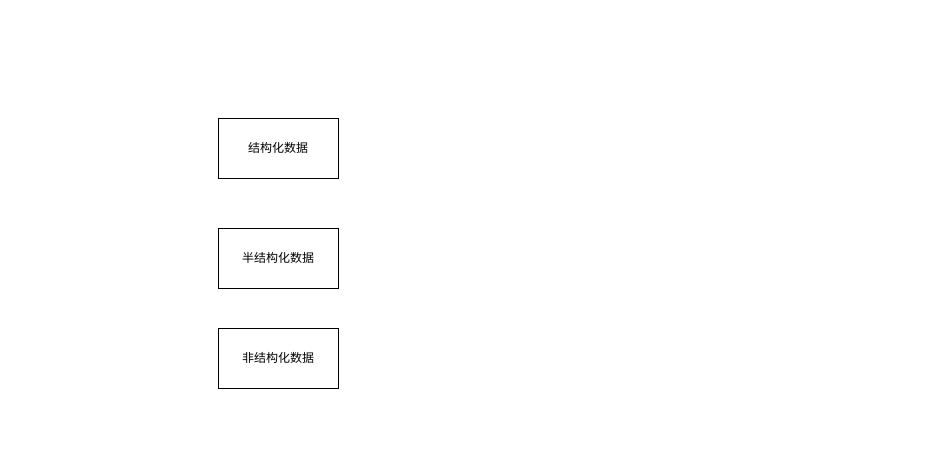
Above: 知识图谱构建.drawio in Step2312/drawio (draw.io), before the change. Source tidied: cells renumbered, new cells numbered last; positions are measured from the earlier drawing's top-left corner, leaving out a move shared by most shapes. Both pictures are drawn from the tidied source at 100%, with x=0, y=0 at pixel (218, 118).
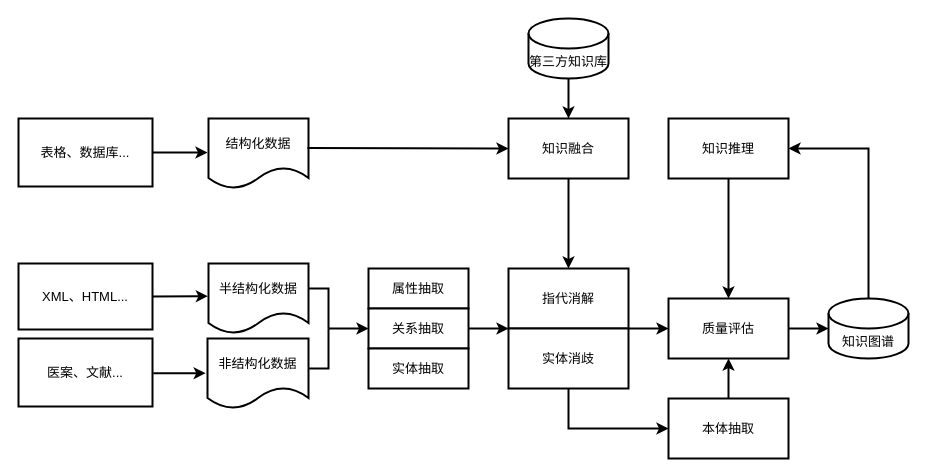
After the change.

Commit message:
更新知识图谱构建.drawio

Change to the diagram source:
```diff
@@
+    <mxCell id="5" style="edgeStyle=orthogonalEdgeStyle;rounded=0;jettySize=auto;html=1;strokeWidth=2;fontSize=13;fontStyle=0;" parent="1" edge="1" source="6" target="25">
+      <mxGeometry relative="1" as="geometry" />
+    </mxCell>
+    <mxCell id="6" value="知识融合" style="rounded=0;whiteSpace=wrap;html=1;strokeWidth=2;fontSize=13;fontStyle=0;" parent="1" vertex="1">
+      <mxGeometry x="290" width="120" height="60" as="geometry" />
+    </mxCell>
+    <mxCell id="7" style="edgeStyle=orthogonalEdgeStyle;rounded=0;jettySize=auto;html=1;entryX=0.5;entryY=0;entryDx=0;entryDy=0;strokeWidth=2;fontSize=13;fontStyle=0;" parent="1" edge="1" source="8" target="10">
+      <mxGeometry relative="1" as="geometry" />
+    </mxCell>
+    <mxCell id="8" value="知识推理" style="rounded=0;whiteSpace=wrap;html=1;strokeWidth=2;fontSize=13;fontStyle=0;" parent="1" vertex="1">
+      <mxGeometry x="450" width="120" height="60" as="geometry" />
+    </mxCell>
+    <mxCell id="9" style="edgeStyle=orthogonalEdgeStyle;rounded=0;jettySize=auto;html=1;strokeWidth=2;fontSize=13;fontStyle=0;" parent="1" edge="1" source="10" target="13">
+      <mxGeometry relative="1" as="geometry" />
+    </mxCell>
+    <mxCell id="10" value="质量评估" style="rounded=0;whiteSpace=wrap;html=1;strokeWidth=2;fontSize=13;fontStyle=0;" parent="1" vertex="1">
+      <mxGeometry x="450" y="180" width="120" height="60" as="geometry" />
+    </mxCell>
+    <mxCell id="11" style="edgeStyle=orthogonalEdgeStyle;rounded=0;jettySize=auto;html=1;strokeWidth=2;fontSize=13;fontStyle=0;" parent="1" edge="1" source="12" target="10">
+      <mxGeometry relative="1" as="geometry" />
+    </mxCell>
+    <mxCell id="12" value="本体抽取" style="rounded=0;whiteSpace=wrap;html=1;strokeWidth=2;fontSize=13;fontStyle=0;" parent="1" vertex="1">
+      <mxGeometry x="450" y="280" width="120" height="60" as="geometry" />
+    </mxCell>
+    <mxCell id="13" value="知识图谱" style="shape=cylinder3;whiteSpace=wrap;html=1;boundedLbl=1;backgroundOutline=1;size=15;strokeWidth=2;fontSize=13;fontStyle=0;" parent="1" vertex="1">
+      <mxGeometry x="610" y="180" width="80" height="60" as="geometry" />
+    </mxCell>
+    <mxCell id="14" style="endArrow=classic;html=1;rounded=0;entryX=0;entryY=0.5;entryDx=0;entryDy=0;strokeWidth=2;fontSize=13;fontStyle=0;" parent="1" edge="1" target="22">
+      <mxGeometry relative="1" as="geometry">
+        <mxPoint x="110" y="210" as="sourcePoint" />
+      </mxGeometry>
+    </mxCell>
+    <mxCell id="15" style="endArrow=none;html=1;rounded=0;strokeWidth=2;fontSize=13;fontStyle=0;" parent="1" edge="1">
+      <mxGeometry relative="1" as="geometry">
+        <mxPoint x="90" y="170" as="sourcePoint" />
+        <mxPoint x="110" y="210" as="targetPoint" />
+        <Array as="points">
+          <mxPoint x="110" y="170" />
+        </Array>
+      </mxGeometry>
+    </mxCell>
+    <mxCell id="3" value="半结构化数据" style="shape=document;whiteSpace=wrap;html=1;boundedLbl=1;strokeWidth=2;fontSize=13;fontStyle=0;" parent="1" vertex="1">
+      <mxGeometry x="-10" y="145" width="100" height="70" as="geometry" />
+    </mxCell>
-    <mxCell id="2" value="结构化数据" style="rounded=0;whiteSpace=wrap;html=1;" parent="1" vertex="1">
-      <mxGeometry width="120" height="60" as="geometry" />
+    <mxCell id="2" value="结构化数据" style="shape=document;whiteSpace=wrap;html=1;boundedLbl=1;strokeWidth=2;fontSize=13;fontStyle=0;" parent="1" vertex="1">
+      <mxGeometry x="-10" width="100" height="70" as="geometry" />
     </mxCell>
-    <mxCell id="3" value="半结构化数据" style="rounded=0;whiteSpace=wrap;html=1;" parent="1" vertex="1">
-      <mxGeometry y="110" width="120" height="60" as="geometry" />
-    </mxCell>
-    <mxCell id="4" value="非结构化数据" style="rounded=0;whiteSpace=wrap;html=1;" parent="1" vertex="1">
-      <mxGeometry y="210" width="120" height="60" as="geometry" />
+    <mxCell id="4" value="非结构化数据" style="shape=document;whiteSpace=wrap;html=1;boundedLbl=1;strokeWidth=2;fontSize=13;fontStyle=0;" parent="1" vertex="1">
+      <mxGeometry x="-11" y="220" width="101" height="70" as="geometry" />
     </mxCell>
+    <mxCell id="16" style="endArrow=none;html=1;rounded=0;exitX=1.006;exitY=0.429;exitDx=0;exitDy=0;exitPerimeter=0;strokeWidth=2;fontSize=13;fontStyle=0;" parent="1" edge="1" source="4">
+      <mxGeometry relative="1" as="geometry">
+        <mxPoint x="110" y="210" as="targetPoint" />
+        <Array as="points">
+          <mxPoint x="110" y="250" />
+        </Array>
+      </mxGeometry>
+    </mxCell>
+    <mxCell id="17" style="endArrow=classic;html=1;rounded=0;exitX=0.989;exitY=0.421;exitDx=0;exitDy=0;exitPerimeter=0;entryX=0;entryY=0.5;entryDx=0;entryDy=0;strokeWidth=2;fontSize=13;fontStyle=0;" parent="1" edge="1" source="2" target="6">
+      <mxGeometry relative="1" as="geometry" />
+    </mxCell>
+    <mxCell id="18" style="edgeStyle=orthogonalEdgeStyle;rounded=0;jettySize=auto;html=1;strokeWidth=2;fontSize=13;fontStyle=0;" parent="1" edge="1" source="19" target="6">
+      <mxGeometry relative="1" as="geometry" />
+    </mxCell>
+    <mxCell id="19" value="第三方知识库" style="shape=cylinder3;whiteSpace=wrap;html=1;boundedLbl=1;backgroundOutline=1;size=15;strokeWidth=2;fontSize=13;fontStyle=0;" parent="1" vertex="1">
+      <mxGeometry x="310" y="-100" width="80" height="60" as="geometry" />
+    </mxCell>
+    <mxCell id="20" style="group;strokeWidth=2;fontSize=13;fontStyle=0;" parent="1" vertex="1">
+      <mxGeometry x="150" y="150" width="100" height="120" as="geometry" />
+    </mxCell>
+    <mxCell id="21" value="属性抽取" style="rounded=0;whiteSpace=wrap;html=1;strokeWidth=2;fontSize=13;fontStyle=0;" parent="20" vertex="1">
+      <mxGeometry width="100" height="40" as="geometry" />
+    </mxCell>
+    <mxCell id="22" value="关系抽取" style="rounded=0;whiteSpace=wrap;html=1;strokeWidth=2;fontSize=13;fontStyle=0;" parent="20" vertex="1">
+      <mxGeometry y="40" width="100" height="40" as="geometry" />
+    </mxCell>
+    <mxCell id="23" value="实体抽取" style="rounded=0;whiteSpace=wrap;html=1;strokeWidth=2;fontSize=13;fontStyle=0;" parent="20" vertex="1">
+      <mxGeometry y="80" width="100" height="40" as="geometry" />
+    </mxCell>
+    <mxCell id="24" style="group;strokeWidth=2;fontSize=13;fontStyle=0;" parent="1" vertex="1">
+      <mxGeometry x="290" y="150" width="120" height="120" as="geometry" />
+    </mxCell>
+    <mxCell id="25" value="指代消解" style="rounded=0;whiteSpace=wrap;html=1;strokeWidth=2;fontSize=13;fontStyle=0;" parent="24" vertex="1">
+      <mxGeometry width="120" height="60" as="geometry" />
+    </mxCell>
+    <mxCell id="26" value="实体消歧" style="rounded=0;whiteSpace=wrap;html=1;strokeWidth=2;fontSize=13;fontStyle=0;" parent="24" vertex="1">
+      <mxGeometry y="60" width="120" height="60" as="geometry" />
+    </mxCell>
+    <mxCell id="27" style="endArrow=classic;html=1;rounded=0;entryX=0;entryY=1;entryDx=0;entryDy=0;exitX=1;exitY=0.5;exitDx=0;exitDy=0;strokeWidth=2;fontSize=13;fontStyle=0;" parent="1" edge="1" source="22" target="25">
+      <mxGeometry relative="1" as="geometry" />
+    </mxCell>
+    <mxCell id="28" style="endArrow=classic;html=1;rounded=0;entryX=0;entryY=0.5;entryDx=0;entryDy=0;exitX=1;exitY=0;exitDx=0;exitDy=0;strokeWidth=2;fontSize=13;fontStyle=0;" parent="1" edge="1" source="26" target="10">
+      <mxGeometry relative="1" as="geometry" />
+    </mxCell>
+    <mxCell id="29" style="endArrow=classic;html=1;rounded=0;entryX=0;entryY=0.5;entryDx=0;entryDy=0;strokeWidth=2;fontSize=13;fontStyle=0;" parent="1" edge="1" target="12">
+      <mxGeometry relative="1" as="geometry">
+        <mxPoint x="350" y="270" as="sourcePoint" />
+        <Array as="points">
+          <mxPoint x="350" y="310" />
+        </Array>
+      </mxGeometry>
+    </mxCell>
+    <mxCell id="30" style="endArrow=classic;html=1;rounded=0;exitX=0.5;exitY=0;exitDx=0;exitDy=0;exitPerimeter=0;entryX=1;entryY=0.5;entryDx=0;entryDy=0;strokeWidth=2;fontSize=13;fontStyle=0;" parent="1" edge="1" source="13" target="8">
+      <mxGeometry relative="1" as="geometry">
+        <Array as="points">
+          <mxPoint x="650" y="30" />
+        </Array>
+      </mxGeometry>
+    </mxCell>
+    <mxCell id="31" value="表格、数据库..." style="rounded=0;whiteSpace=wrap;html=1;fontSize=13;strokeWidth=2;" parent="1" vertex="1">
+      <mxGeometry x="-200" width="134" height="68" as="geometry" />
+    </mxCell>
+    <mxCell id="32" value="XML、HTML..." style="rounded=0;whiteSpace=wrap;html=1;fontSize=13;strokeWidth=2;" parent="1" vertex="1">
+      <mxGeometry x="-200" y="145" width="134" height="66" as="geometry" />
+    </mxCell>
+    <mxCell id="33" value="医案、文献..." style="rounded=0;whiteSpace=wrap;html=1;fontSize=13;strokeWidth=2;" parent="1" vertex="1">
+      <mxGeometry x="-200" y="220" width="134" height="68" as="geometry" />
+    </mxCell>
+    <mxCell id="34" style="endArrow=classic;html=1;rounded=0;exitX=1;exitY=0.5;exitDx=0;exitDy=0;entryX=-0.006;entryY=0.467;entryDx=0;entryDy=0;entryPerimeter=0;strokeWidth=2;" parent="1" edge="1" source="32" target="3">
+      <mxGeometry relative="1" as="geometry" />
+    </mxCell>
+    <mxCell id="35" style="endArrow=classic;html=1;rounded=0;exitX=1.006;exitY=0.51;exitDx=0;exitDy=0;exitPerimeter=0;entryX=-0.018;entryY=0.495;entryDx=0;entryDy=0;entryPerimeter=0;strokeWidth=2;" parent="1" edge="1" source="33" target="4">
+      <mxGeometry relative="1" as="geometry" />
+    </mxCell>
+    <mxCell id="36" style="endArrow=classic;html=1;rounded=0;exitX=1;exitY=0.5;exitDx=0;exitDy=0;strokeWidth=2;" parent="1" edge="1" source="31">
+      <mxGeometry relative="1" as="geometry">
+        <mxPoint x="-11" y="34" as="targetPoint" />
+      </mxGeometry>
+    </mxCell>
```
